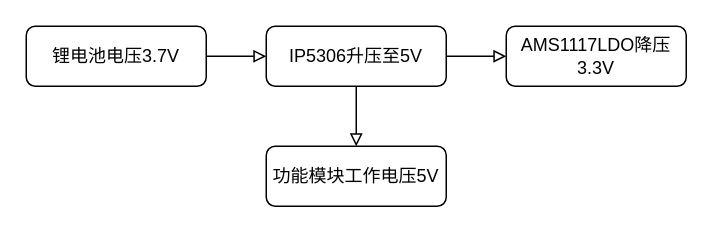
Above: 电源工作流程图.drawio in daftpumpkin/daftpumpkin.github.io (draw.io), before the change. Source tidied: cells renumbered, new cells numbered last; positions are measured from the earlier drawing's top-left corner, leaving out a move shared by most shapes. Both pictures are drawn from the tidied source at 150%, with x=0, y=0 at pixel (26, 26).
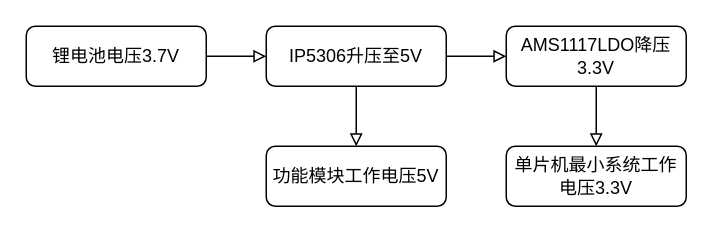
The same page after the edit.

Commit message (it also covers changes not shown here):
更新电源工作流程图.drawio

Change to the diagram source:
```diff
@@
 <mxGraphModel>
   <root>
     <mxCell id="0" />
     <mxCell id="1" parent="0" />
     <mxCell id="2" style="edgeStyle=orthogonalEdgeStyle;rounded=0;jettySize=auto;html=1;endArrow=block;endFill=0;" parent="1" edge="1" source="3" target="6">
       <mxGeometry relative="1" as="geometry" />
     </mxCell>
     <mxCell id="3" value="&lt;font face=&quot;宋体&quot;&gt;锂电池电压3.7V&lt;/font&gt;" style="rounded=1;whiteSpace=wrap;html=1;fontSize=12;glass=0;strokeWidth=1;shadow=0;" parent="1" vertex="1">
       <mxGeometry width="120" height="40" as="geometry" />
     </mxCell>
     <mxCell id="4" style="edgeStyle=orthogonalEdgeStyle;rounded=0;jettySize=auto;html=1;endArrow=block;endFill=0;" parent="1" edge="1" source="6" target="7">
       <mxGeometry relative="1" as="geometry" />
     </mxCell>
     <mxCell id="5" style="edgeStyle=orthogonalEdgeStyle;rounded=0;jettySize=auto;html=1;endArrow=block;endFill=0;" parent="1" edge="1" source="6" target="8">
       <mxGeometry relative="1" as="geometry" />
     </mxCell>
     <mxCell id="6" value="&lt;font face=&quot;宋体&quot;&gt;IP5306升压至5V&lt;/font&gt;" style="rounded=1;whiteSpace=wrap;html=1;fontSize=12;glass=0;strokeWidth=1;shadow=0;" parent="1" vertex="1">
       <mxGeometry x="160" width="120" height="40" as="geometry" />
     </mxCell>
+    <mxCell id="9" style="edgeStyle=orthogonalEdgeStyle;rounded=0;jettySize=auto;html=1;endArrow=block;endFill=0;" parent="1" edge="1" source="7" target="10">
+      <mxGeometry relative="1" as="geometry" />
+    </mxCell>
     <mxCell id="7" value="&lt;font face=&quot;宋体&quot;&gt;AMS1117LDO降压3.3V&lt;/font&gt;" style="rounded=1;whiteSpace=wrap;html=1;fontSize=12;glass=0;strokeWidth=1;shadow=0;" parent="1" vertex="1">
       <mxGeometry x="320" width="120" height="40" as="geometry" />
     </mxCell>
     <mxCell id="8" value="&lt;font face=&quot;宋体&quot;&gt;功能模块工作电压5V&lt;/font&gt;" style="rounded=1;whiteSpace=wrap;html=1;fontSize=12;glass=0;strokeWidth=1;shadow=0;" parent="1" vertex="1">
       <mxGeometry x="160" y="80" width="120" height="40" as="geometry" />
     </mxCell>
+    <mxCell id="10" value="&lt;font face=&quot;宋体&quot;&gt;单片机最小系统工作电压3.3V&lt;/font&gt;" style="rounded=1;whiteSpace=wrap;html=1;fontSize=12;glass=0;strokeWidth=1;shadow=0;" parent="1" vertex="1">
+      <mxGeometry x="320" y="80" width="120" height="40" as="geometry" />
+    </mxCell>
   </root>
 </mxGraphModel>
```
